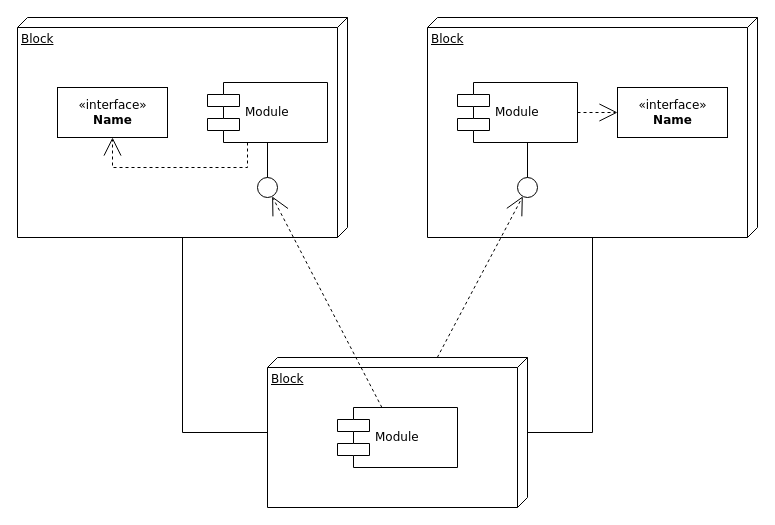
snake9906/book keeps this draw.io diagram as mg架构.drawio. Above is the earlier version. Source tidied: cells renumbered, new cells numbered last; positions are measured from the earlier drawing's top-left corner, leaving out a move shared by most shapes. Both pictures are drawn from the tidied source at 100%, with x=0, y=0 at pixel (17, 17).
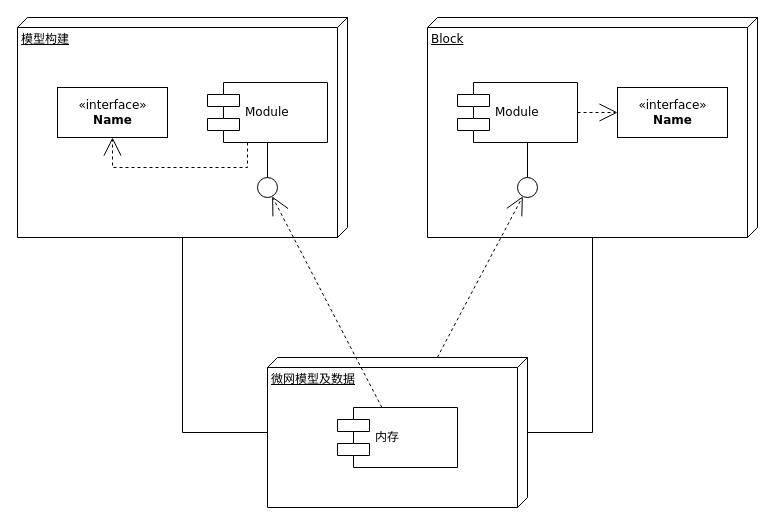
Above is the later version.

What changed in the source:
```diff
@@
-    <mxCell id="2" value="Block" style="verticalAlign=top;align=left;spacingTop=8;spacingLeft=2;spacingRight=12;shape=cube;size=10;direction=south;fontStyle=4;html=1;rounded=0;shadow=0;comic=0;labelBackgroundColor=none;strokeWidth=1;fontFamily=Verdana;fontSize=12;" parent="1" vertex="1">
+    <mxCell id="2" value="模型构建" style="verticalAlign=top;align=left;spacingTop=8;spacingLeft=2;spacingRight=12;shape=cube;size=10;direction=south;fontStyle=4;html=1;rounded=0;shadow=0;comic=0;labelBackgroundColor=none;strokeWidth=1;fontFamily=Verdana;fontSize=12;" parent="1" vertex="1">
       <mxGeometry width="330" height="220" as="geometry" />
     </mxCell>
@@
-    <mxCell id="4" value="Block" style="verticalAlign=top;align=left;spacingTop=8;spacingLeft=2;spacingRight=12;shape=cube;size=10;direction=south;fontStyle=4;html=1;rounded=0;shadow=0;comic=0;labelBackgroundColor=none;strokeWidth=1;fontFamily=Verdana;fontSize=12;" parent="1" vertex="1">
+    <mxCell id="4" value="微网模型及数据" style="verticalAlign=top;align=left;spacingTop=8;spacingLeft=2;spacingRight=12;shape=cube;size=10;direction=south;fontStyle=4;html=1;rounded=0;shadow=0;comic=0;labelBackgroundColor=none;strokeWidth=1;fontFamily=Verdana;fontSize=12;" parent="1" vertex="1">
       <mxGeometry x="250" y="340" width="260" height="150" as="geometry" />
     </mxCell>
@@
-    <mxCell id="11" value="Module" style="shape=component;align=left;spacingLeft=36;rounded=0;shadow=0;comic=0;labelBackgroundColor=none;strokeWidth=1;fontFamily=Verdana;fontSize=12;html=1;" parent="1" vertex="1">
+    <mxCell id="11" value="内存" style="shape=component;align=left;spacingLeft=36;rounded=0;shadow=0;comic=0;labelBackgroundColor=none;strokeWidth=1;fontFamily=Verdana;fontSize=12;html=1;" parent="1" vertex="1">
       <mxGeometry x="320" y="390" width="120" height="60" as="geometry" />
     </mxCell>
```
